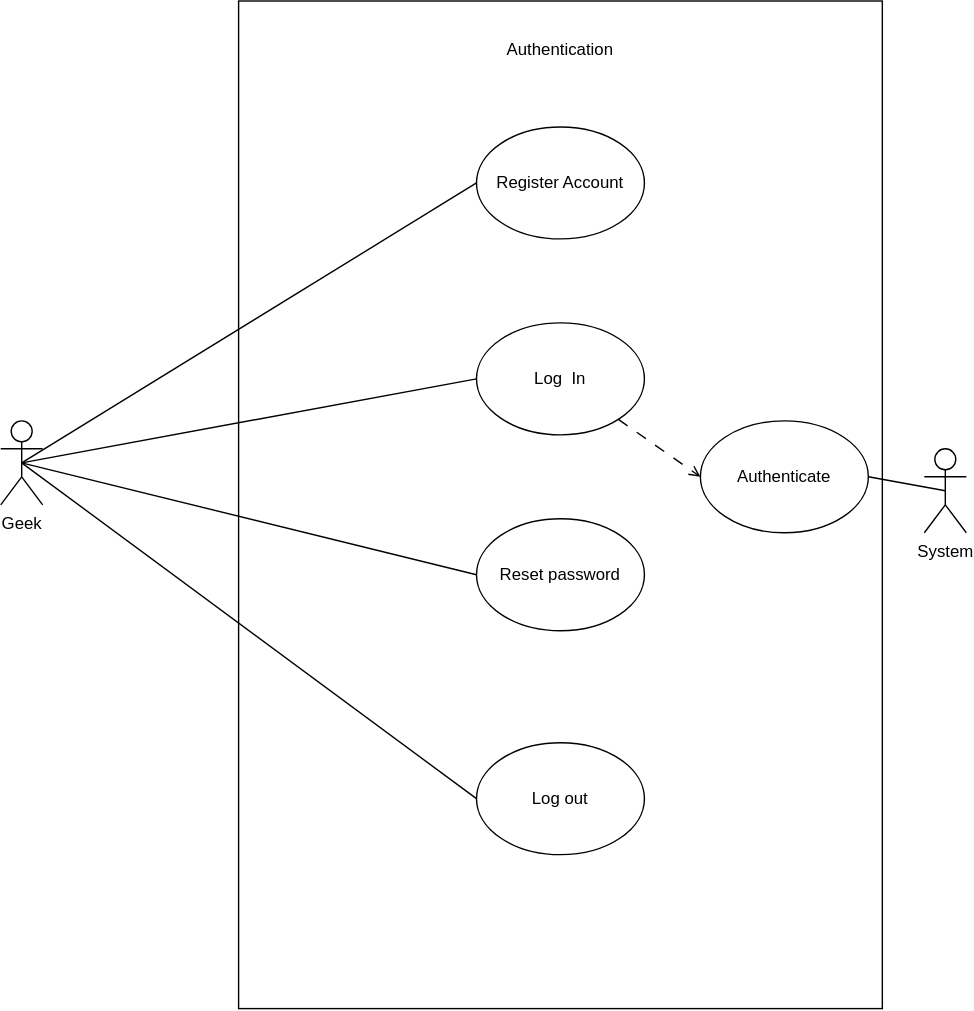
Before: Deliverable1/UsecaseDiagrams/Authentication.drawio.svg, a diagram exported from draw.io (tshegofatso-motlhakane/Geeks-Chat). Source tidied: cells renumbered, new cells last; positions are measured from the earlier drawing's top-left corner, leaving out a move shared by most shapes.
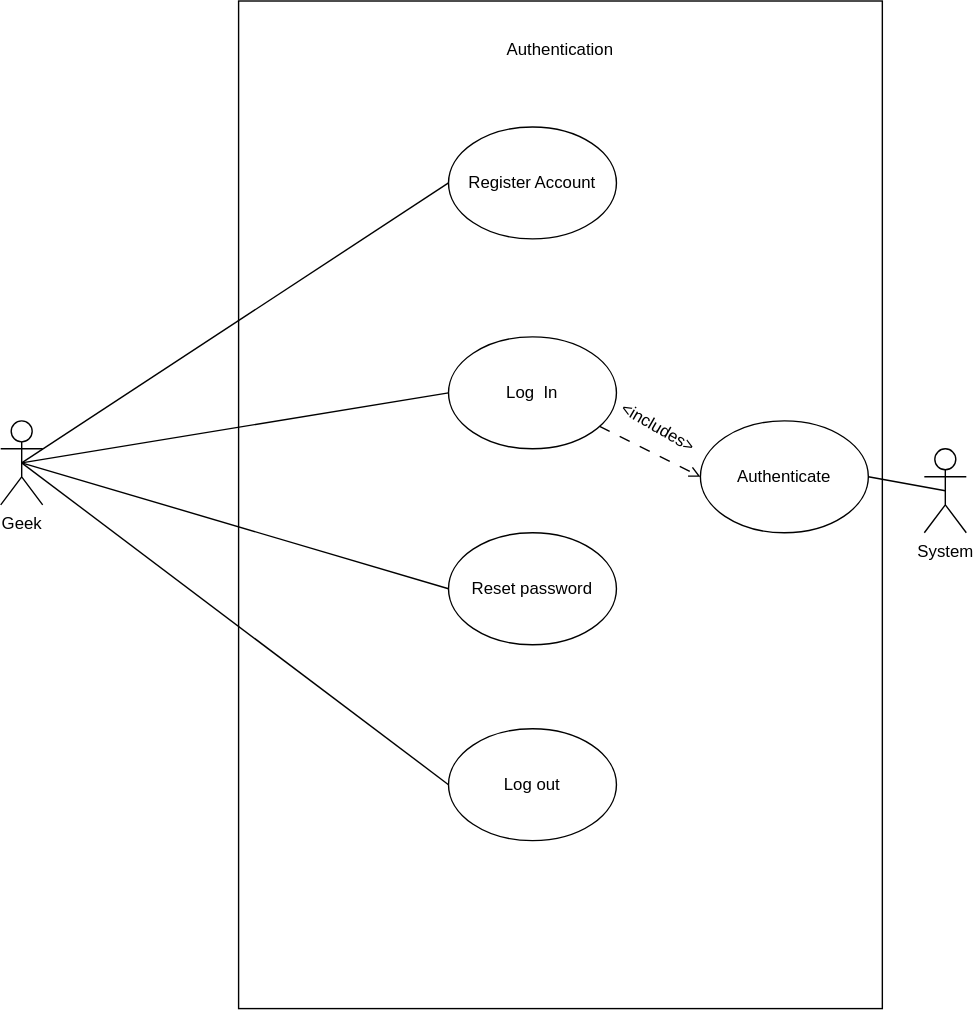
The same diagram one commit later.

What changed in the source:
```diff
@@ -12,16 +12,16 @@
       <mxGeometry x="370" y="20" width="60" height="30" as="geometry" />
     </mxCell>
     <mxCell id="5" value="Register Account" style="ellipse;whiteSpace=wrap;html=1;" parent="1" vertex="1">
-      <mxGeometry x="340" y="90" width="120" height="80" as="geometry" />
+      <mxGeometry x="320" y="90" width="120" height="80" as="geometry" />
     </mxCell>
     <mxCell id="6" value="Log&amp;nbsp; In" style="ellipse;whiteSpace=wrap;html=1;" parent="1" vertex="1">
-      <mxGeometry x="340" y="230" width="120" height="80" as="geometry" />
+      <mxGeometry x="320" y="240" width="120" height="80" as="geometry" />
     </mxCell>
     <mxCell id="7" value="Reset password" style="ellipse;whiteSpace=wrap;html=1;" parent="1" vertex="1">
-      <mxGeometry x="340" y="370" width="120" height="80" as="geometry" />
+      <mxGeometry x="320" y="380" width="120" height="80" as="geometry" />
     </mxCell>
     <mxCell id="8" value="Log out" style="ellipse;whiteSpace=wrap;html=1;" parent="1" vertex="1">
-      <mxGeometry x="340" y="530" width="120" height="80" as="geometry" />
+      <mxGeometry x="320" y="520" width="120" height="80" as="geometry" />
     </mxCell>
     <mxCell id="9" style="endArrow=none;html=1;rounded=0;exitX=0.5;exitY=0.5;exitDx=0;exitDy=0;exitPerimeter=0;entryX=0;entryY=0.5;entryDx=0;entryDy=0;" parent="1" edge="1" source="3" target="5">
       <mxGeometry relative="1" as="geometry" />
@@ -47,5 +47,8 @@
     <mxCell id="16" style="endArrow=none;html=1;rounded=0;entryX=0.5;entryY=0.5;entryDx=0;entryDy=0;entryPerimeter=0;exitX=1;exitY=0.5;exitDx=0;exitDy=0;" parent="1" edge="1" source="13" target="15">
       <mxGeometry relative="1" as="geometry" />
     </mxCell>
+    <mxCell id="17" value="&amp;lt;includes&amp;gt;" style="text;html=1;strokeColor=none;fillColor=none;align=center;verticalAlign=middle;whiteSpace=wrap;rounded=0;rotation=30;" parent="1" vertex="1">
+      <mxGeometry x="440" y="290" width="60" height="30" as="geometry" />
+    </mxCell>
   </root>
 </mxGraphModel>
```
